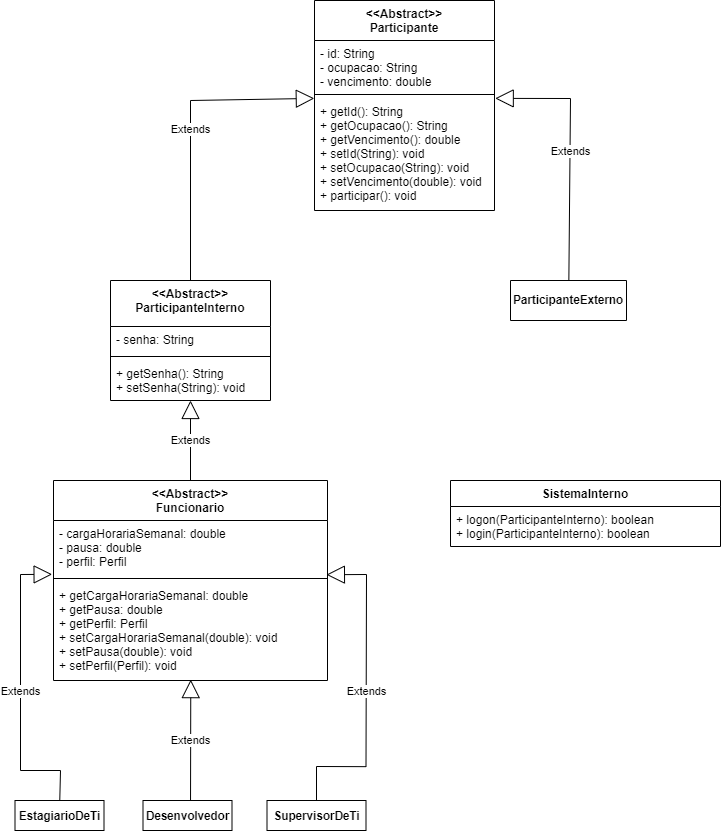
Before: erp.png, a diagram exported from draw.io (andre-alck/erp). Source tidied: cells renumbered, new cells last; positions are measured from the earlier drawing's top-left corner, leaving out a move shared by most shapes.
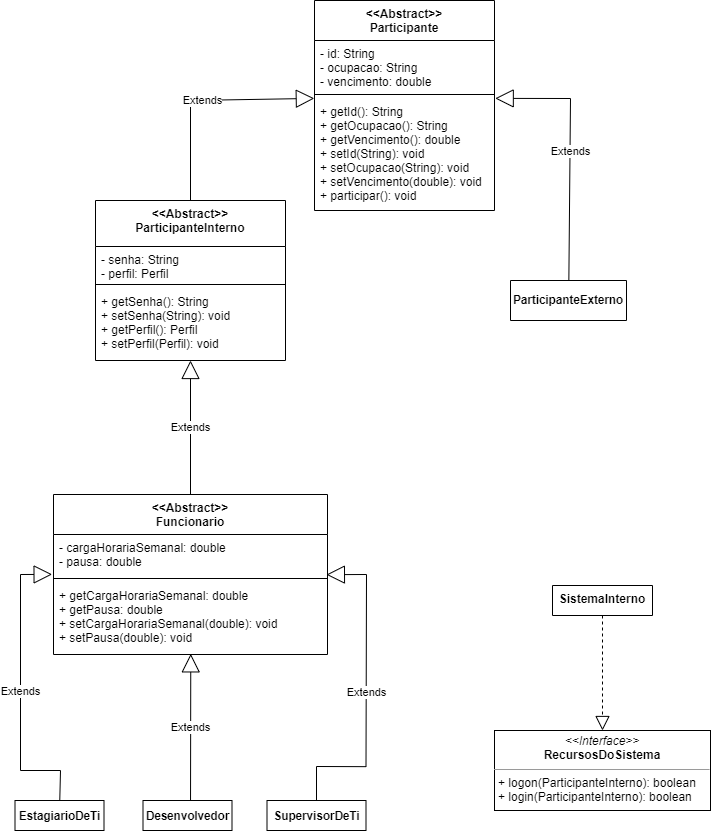
After the commit.

The edit, as a diff of the source:
```diff
@@ -29,35 +29,32 @@
     <mxCell id="10" value="+ getId(): String&#10;+ getOcupacao(): String&#10;+ getVencimento(): double&#10;+ setId(String): void&#10;+ setOcupacao(String): void&#10;+ setVencimento(double): void&#10;+ participar(): void" style="text;strokeColor=none;fillColor=none;align=left;verticalAlign=top;spacingLeft=4;spacingRight=4;overflow=hidden;points=[[0,0.5],[1,0.5]];portConstraint=eastwest;" parent="7" vertex="1">
       <mxGeometry y="98" width="180" height="112" as="geometry" />
     </mxCell>
-    <mxCell id="11" value="SistemaInterno" style="swimlane;fontStyle=1;align=center;verticalAlign=top;horizontal=1;startSize=26;" parent="1" vertex="1">
-      <mxGeometry x="436" y="480" width="270" height="66" as="geometry" />
+    <mxCell id="11" value="SistemaInterno" style="swimlane;fontStyle=1;align=center;verticalAlign=top;horizontal=1;startSize=40;" parent="1" vertex="1">
+      <mxGeometry x="538" y="585" width="100" height="30" as="geometry" />
     </mxCell>
-    <mxCell id="12" value="+ logon(ParticipanteInterno): boolean&#10;+ login(ParticipanteInterno): boolean" style="text;strokeColor=none;fillColor=none;align=left;verticalAlign=top;spacingLeft=4;spacingRight=4;overflow=hidden;" parent="11" vertex="1">
-      <mxGeometry y="26" width="270" height="40" as="geometry" />
-    </mxCell>
     <mxCell id="13" value="&lt;&lt;Abstract&gt;&gt;&#10;ParticipanteInterno" style="swimlane;fontStyle=1;align=center;verticalAlign=top;horizontal=1;startSize=46;" parent="1" vertex="1">
-      <mxGeometry x="96" y="280" width="160" height="120" as="geometry" />
+      <mxGeometry x="81" y="200" width="190" height="160" as="geometry" />
     </mxCell>
-    <mxCell id="14" value="- senha: String" style="text;strokeColor=none;fillColor=none;align=left;verticalAlign=top;spacingLeft=4;spacingRight=4;overflow=hidden;" parent="13" vertex="1">
-      <mxGeometry y="46" width="160" height="26" as="geometry" />
+    <mxCell id="14" value="- senha: String&#10;- perfil: Perfil" style="text;strokeColor=none;fillColor=none;align=left;verticalAlign=top;spacingLeft=4;spacingRight=4;overflow=hidden;" parent="13" vertex="1">
+      <mxGeometry y="46" width="190" height="34" as="geometry" />
     </mxCell>
     <mxCell id="15" style="line;strokeWidth=1;fillColor=none;align=left;verticalAlign=middle;spacingTop=-1;spacingLeft=3;spacingRight=3;labelPosition=right;strokeColor=inherit;" parent="13" vertex="1">
-      <mxGeometry y="72" width="160" height="8" as="geometry" />
+      <mxGeometry y="80" width="190" height="8" as="geometry" />
     </mxCell>
-    <mxCell id="16" value="+ getSenha(): String&#10;+ setSenha(String): void" style="text;strokeColor=none;fillColor=none;align=left;verticalAlign=top;spacingLeft=4;spacingRight=4;overflow=hidden;points=[[0,0.5],[1,0.5]];portConstraint=eastwest;" parent="13" vertex="1">
-      <mxGeometry y="80" width="160" height="40" as="geometry" />
+    <mxCell id="16" value="+ getSenha(): String&#10;+ setSenha(String): void&#10;+ getPerfil(): Perfil&#10;+ setPerfil(Perfil): void" style="text;strokeColor=none;fillColor=none;align=left;verticalAlign=top;spacingLeft=4;spacingRight=4;overflow=hidden;points=[[0,0.5],[1,0.5]];portConstraint=eastwest;" parent="13" vertex="1">
+      <mxGeometry y="88" width="190" height="72" as="geometry" />
     </mxCell>
     <mxCell id="17" value="&lt;&lt;Abstract&gt;&gt;&#10;Funcionario" style="swimlane;fontStyle=1;align=center;verticalAlign=top;horizontal=1;startSize=40;" parent="1" vertex="1">
-      <mxGeometry x="39" y="480" width="274" height="200" as="geometry" />
+      <mxGeometry x="39" y="494" width="274" height="160" as="geometry" />
     </mxCell>
-    <mxCell id="18" value="- cargaHorariaSemanal: double&#10;- pausa: double&#10;- perfil: Perfil" style="text;strokeColor=none;fillColor=none;align=left;verticalAlign=top;spacingLeft=4;spacingRight=4;overflow=hidden;points=[[0,0.5],[1,0.5]];portConstraint=eastwest;" parent="17" vertex="1">
-      <mxGeometry y="40" width="274" height="54" as="geometry" />
+    <mxCell id="18" value="- cargaHorariaSemanal: double&#10;- pausa: double" style="text;strokeColor=none;fillColor=none;align=left;verticalAlign=top;spacingLeft=4;spacingRight=4;overflow=hidden;points=[[0,0.5],[1,0.5]];portConstraint=eastwest;" parent="17" vertex="1">
+      <mxGeometry y="40" width="274" height="40" as="geometry" />
     </mxCell>
     <mxCell id="19" style="line;strokeWidth=1;fillColor=none;align=left;verticalAlign=middle;spacingTop=-1;spacingLeft=3;spacingRight=3;labelPosition=right;strokeColor=inherit;" parent="17" vertex="1">
-      <mxGeometry y="94" width="274" height="8" as="geometry" />
+      <mxGeometry y="80" width="274" height="8" as="geometry" />
     </mxCell>
-    <mxCell id="20" value="+ getCargaHorariaSemanal: double&#10;+ getPausa: double&#10;+ getPerfil: Perfil&#10;+ setCargaHorariaSemanal(double): void&#10;+ setPausa(double): void&#10;+ setPerfil(Perfil): void" style="text;strokeColor=none;fillColor=none;align=left;verticalAlign=top;spacingLeft=4;spacingRight=4;overflow=hidden;points=[[0,0.5],[1,0.5]];portConstraint=eastwest;" parent="17" vertex="1">
-      <mxGeometry y="102" width="274" height="98" as="geometry" />
+    <mxCell id="20" value="+ getCargaHorariaSemanal: double&#10;+ getPausa: double&#10;+ setCargaHorariaSemanal(double): void&#10;+ setPausa(double): void" style="text;strokeColor=none;fillColor=none;align=left;verticalAlign=top;spacingLeft=4;spacingRight=4;overflow=hidden;points=[[0,0.5],[1,0.5]];portConstraint=eastwest;" parent="17" vertex="1">
+      <mxGeometry y="88" width="274" height="72" as="geometry" />
     </mxCell>
     <mxCell id="21" value="Extends" style="endArrow=block;endSize=16;endFill=0;html=1;rounded=0;exitX=0.5;exitY=0;exitDx=0;exitDy=0;entryX=-0.001;entryY=-0.001;entryDx=0;entryDy=0;entryPerimeter=0;" parent="1" edge="1" source="13" target="10">
       <mxGeometry relative="1" as="geometry">
@@ -97,5 +94,11 @@
         </Array>
       </mxGeometry>
     </mxCell>
+    <mxCell id="27" value="&lt;p style=&quot;margin:0px;margin-top:4px;text-align:center;&quot;&gt;&lt;i&gt;&amp;lt;&amp;lt;Interface&amp;gt;&amp;gt;&lt;/i&gt;&lt;br&gt;&lt;b style=&quot;border-color: var(--border-color);&quot;&gt;RecursosDoSistema&lt;/b&gt;&lt;br&gt;&lt;/p&gt;&lt;hr size=&quot;1&quot;&gt;&lt;p style=&quot;margin:0px;margin-left:4px;&quot;&gt;+ logon(ParticipanteInterno): boolean&lt;br style=&quot;border-color: var(--border-color); padding: 0px; margin: 0px;&quot;&gt;+ login(ParticipanteInterno): boolean&lt;/p&gt;" style="verticalAlign=top;align=left;overflow=fill;fontSize=12;fontFamily=Helvetica;html=1;" parent="1" vertex="1">
+      <mxGeometry x="480" y="730" width="216" height="80" as="geometry" />
+    </mxCell>
+    <mxCell id="28" style="endArrow=block;dashed=1;endFill=0;endSize=12;html=1;rounded=0;exitX=0.5;exitY=1;exitDx=0;exitDy=0;entryX=0.5;entryY=0;entryDx=0;entryDy=0;" parent="1" edge="1" source="11" target="27">
+      <mxGeometry relative="1" as="geometry" />
+    </mxCell>
   </root>
 </mxGraphModel>
```
